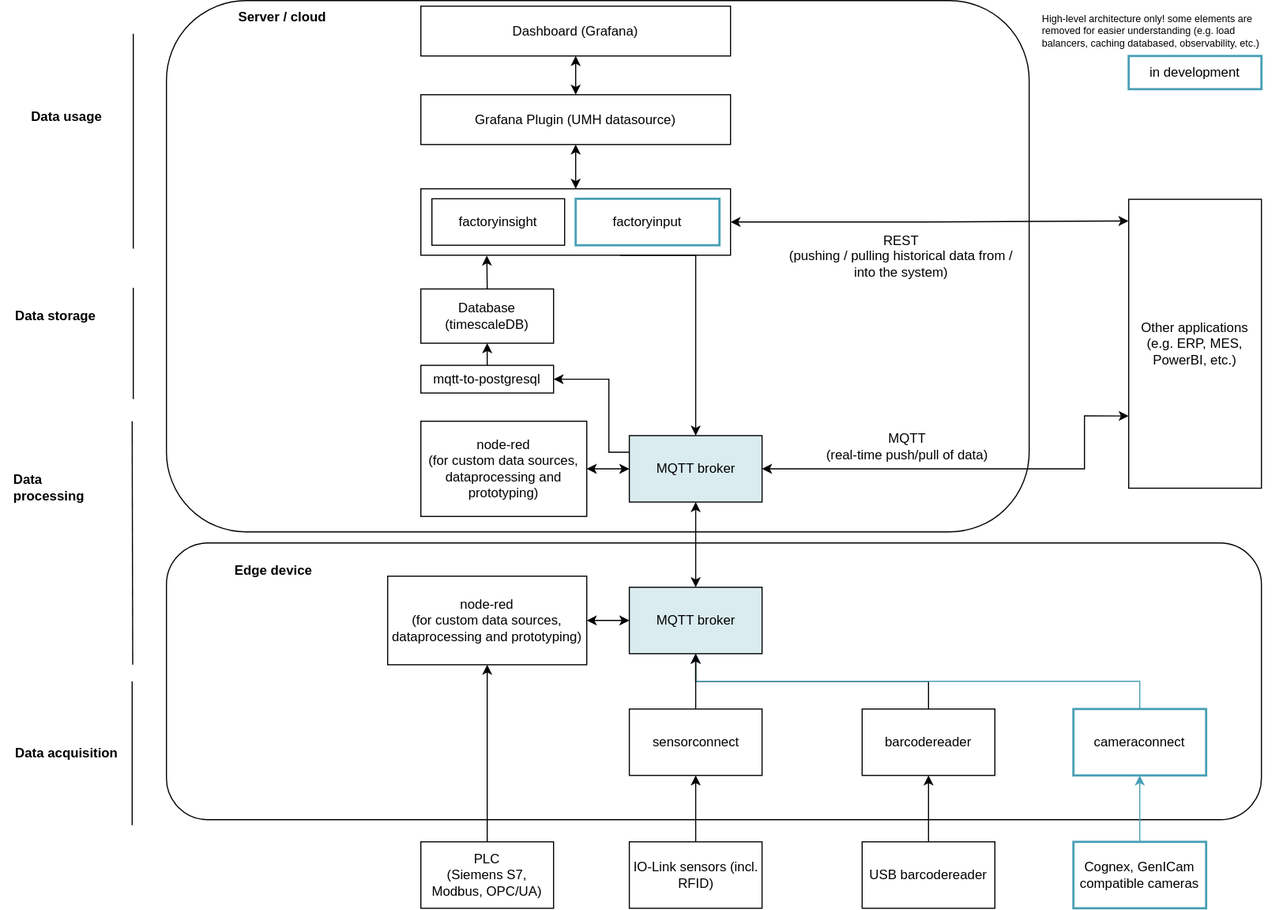
The draw.io diagram docs/content/en/docs/Concepts/dataprocessing.svg in united-manufacturing-hub/united-manufacturing-hub, before a commit. Source tidied: cells renumbered, new cells last; positions are measured from the earlier drawing's top-left corner, leaving out a move shared by most shapes.
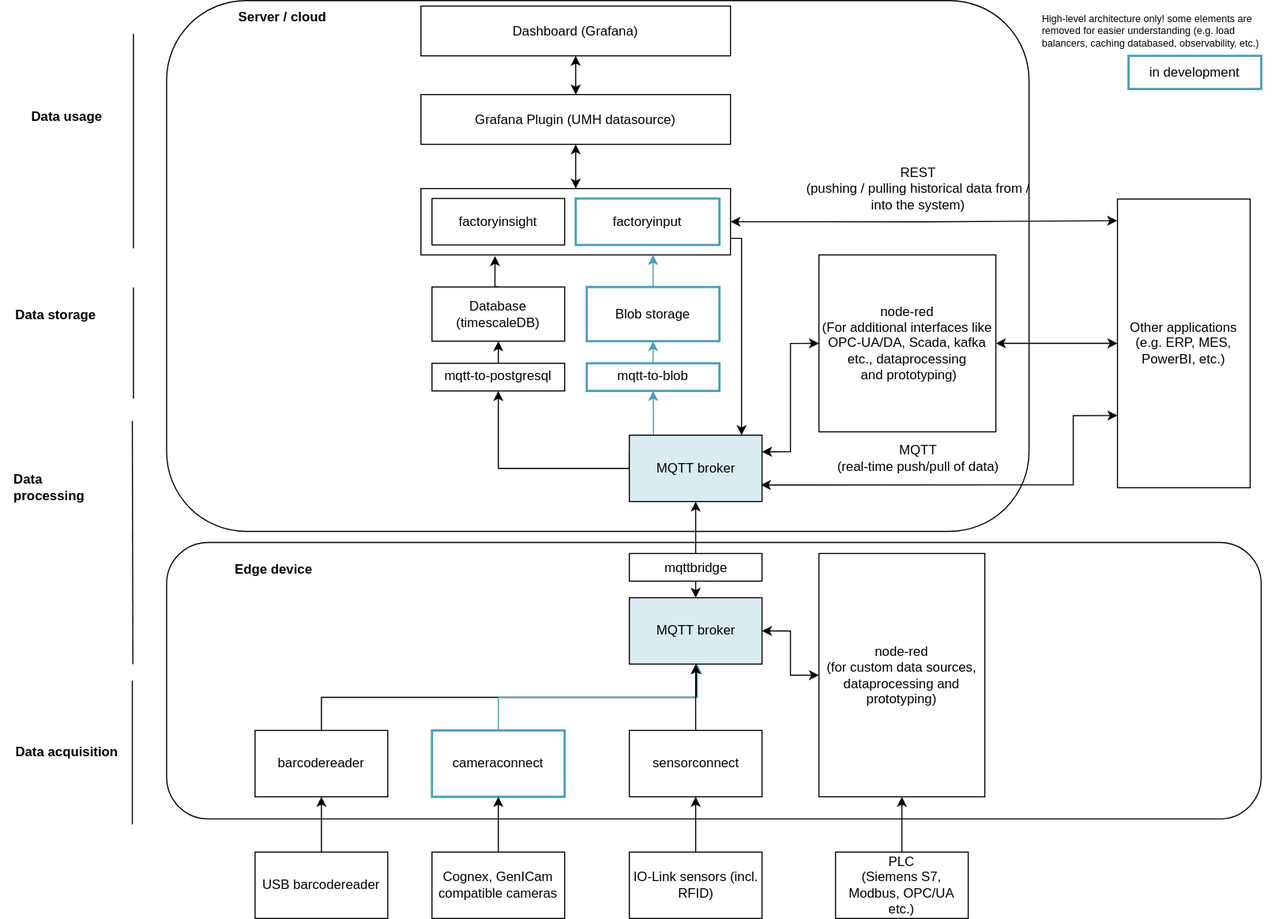
After the change.

What changed in the source:
```diff
@@ -6,7 +6,7 @@
       <mxGeometry x="150" y="490" width="990" height="250" as="geometry" />
     </mxCell>
     <mxCell id="3" value="MQTT broker" style="rounded=0;whiteSpace=wrap;html=1;fillColor=#DAECF0;" parent="1" vertex="1">
-      <mxGeometry x="568.5" y="530" width="120" height="60" as="geometry" />
+      <mxGeometry x="568.5" y="540" width="120" height="60" as="geometry" />
     </mxCell>
     <mxCell id="4" style="rounded=1;whiteSpace=wrap;html=1;fillColor=#ffffff;" parent="1" vertex="1">
       <mxGeometry x="150" width="780" height="480" as="geometry" />
@@ -17,94 +17,114 @@
     <mxCell id="6" value="Server / cloud" style="text;html=1;strokeColor=none;fillColor=none;align=center;verticalAlign=middle;whiteSpace=wrap;rounded=0;fontStyle=1;" parent="1" vertex="1">
       <mxGeometry x="210" y="5" width="90" height="20" as="geometry" />
     </mxCell>
-    <mxCell id="7" style="edgeStyle=orthogonalEdgeStyle;rounded=0;jettySize=auto;html=1;exitX=0;exitY=0.5;exitDx=0;exitDy=0;entryX=1;entryY=0.5;entryDx=0;entryDy=0;startArrow=classic;startFill=1;strokeColor=#000000;" parent="1" edge="1" source="10">
-      <mxGeometry relative="1" as="geometry">
-        <mxPoint x="530" y="423" as="targetPoint" />
-      </mxGeometry>
-    </mxCell>
-    <mxCell id="8" style="edgeStyle=orthogonalEdgeStyle;rounded=0;jettySize=auto;html=1;exitX=0;exitY=0.25;exitDx=0;exitDy=0;entryX=1;entryY=0.5;entryDx=0;entryDy=0;startArrow=none;startFill=0;strokeColor=#000000;" parent="1" edge="1" source="10" target="21">
+    <mxCell id="8" style="edgeStyle=orthogonalEdgeStyle;rounded=0;jettySize=auto;html=1;exitX=0;exitY=0.25;exitDx=0;exitDy=0;entryX=0.5;entryY=1;entryDx=0;entryDy=0;startArrow=none;startFill=0;strokeColor=#000000;" parent="1" edge="1" source="10" target="21">
       <mxGeometry relative="1" as="geometry">
         <Array as="points">
-          <mxPoint x="550" y="408" />
-          <mxPoint x="550" y="342" />
+          <mxPoint x="568" y="423" />
+          <mxPoint x="450" y="423" />
         </Array>
       </mxGeometry>
     </mxCell>
-    <mxCell id="9" style="edgeStyle=orthogonalEdgeStyle;rounded=0;jettySize=auto;html=1;exitX=1;exitY=0.5;exitDx=0;exitDy=0;entryX=0;entryY=0.75;entryDx=0;entryDy=0;startArrow=classic;startFill=1;strokeColor=#000000;" parent="1" edge="1" source="10" target="25">
+    <mxCell id="9" style="edgeStyle=orthogonalEdgeStyle;rounded=0;jettySize=auto;html=1;exitX=1;exitY=0.75;exitDx=0;exitDy=0;entryX=0;entryY=0.75;entryDx=0;entryDy=0;startArrow=classic;startFill=1;strokeColor=#000000;" parent="1" edge="1" target="25">
       <mxGeometry relative="1" as="geometry">
+        <mxPoint x="687.5" y="438" as="sourcePoint" />
         <Array as="points">
-          <mxPoint x="980" y="423" />
-          <mxPoint x="980" y="375" />
+          <mxPoint x="970" y="438" />
+          <mxPoint x="970" y="375" />
         </Array>
       </mxGeometry>
     </mxCell>
+    <mxCell id="55" style="edgeStyle=orthogonalEdgeStyle;rounded=0;jettySize=auto;html=1;exitX=0.182;exitY=-0.011;exitDx=0;exitDy=0;entryX=0.5;entryY=1;entryDx=0;entryDy=0;startArrow=none;startFill=0;strokeColor=#489FB5;exitPerimeter=0;" parent="1" edge="1" source="10" target="61">
+      <mxGeometry relative="1" as="geometry">
+        <Array as="points">
+          <mxPoint x="590" y="373" />
+        </Array>
+      </mxGeometry>
+    </mxCell>
     <mxCell id="10" value="MQTT broker" style="rounded=0;whiteSpace=wrap;html=1;fillColor=#DAECF0;" parent="1" vertex="1">
       <mxGeometry x="568.5" y="393" width="120" height="60" as="geometry" />
     </mxCell>
     <mxCell id="11" value="sensorconnect" style="rounded=0;whiteSpace=wrap;html=1;" parent="1" vertex="1">
-      <mxGeometry x="568.5" y="640" width="120" height="60" as="geometry" />
+      <mxGeometry x="568.5" y="660" width="120" height="60" as="geometry" />
     </mxCell>
     <mxCell id="12" style="edgeStyle=orthogonalEdgeStyle;rounded=0;jettySize=auto;html=1;exitX=0.5;exitY=0;exitDx=0;exitDy=0;entryX=0.5;entryY=1;entryDx=0;entryDy=0;" parent="1" edge="1" source="13" target="11">
       <mxGeometry relative="1" as="geometry" />
     </mxCell>
     <mxCell id="13" value="IO-Link sensors (incl. RFID)" style="rounded=0;whiteSpace=wrap;html=1;" parent="1" vertex="1">
-      <mxGeometry x="568.5" y="760" width="120" height="60" as="geometry" />
+      <mxGeometry x="568.5" y="770" width="120" height="60" as="geometry" />
     </mxCell>
     <mxCell id="14" style="edgeStyle=orthogonalEdgeStyle;rounded=0;jettySize=auto;html=1;exitX=0.5;exitY=0;exitDx=0;exitDy=0;" parent="1" edge="1" source="15">
       <mxGeometry relative="1" as="geometry">
-        <mxPoint x="628.5" y="590" as="targetPoint" />
+        <mxPoint x="629" y="600" as="targetPoint" />
       </mxGeometry>
     </mxCell>
     <mxCell id="15" value="barcodereader" style="rounded=0;whiteSpace=wrap;html=1;" parent="1" vertex="1">
-      <mxGeometry x="779" y="640" width="120" height="60" as="geometry" />
+      <mxGeometry x="230" y="660" width="120" height="60" as="geometry" />
     </mxCell>
     <mxCell id="16" style="edgeStyle=orthogonalEdgeStyle;rounded=0;jettySize=auto;html=1;exitX=0.5;exitY=0;exitDx=0;exitDy=0;entryX=0.5;entryY=1;entryDx=0;entryDy=0;" parent="1" edge="1" source="17" target="15">
       <mxGeometry relative="1" as="geometry" />
     </mxCell>
     <mxCell id="17" value="USB barcodereader" style="rounded=0;whiteSpace=wrap;html=1;" parent="1" vertex="1">
-      <mxGeometry x="779" y="760" width="120" height="60" as="geometry" />
+      <mxGeometry x="230" y="770" width="120" height="60" as="geometry" />
     </mxCell>
-    <mxCell id="18" style="edgeStyle=orthogonalEdgeStyle;rounded=0;jettySize=auto;html=1;exitX=1;exitY=0.5;exitDx=0;exitDy=0;entryX=0;entryY=0.5;entryDx=0;entryDy=0;startArrow=classic;startFill=1;strokeColor=#000000;" parent="1" edge="1" source="19" target="3">
+    <mxCell id="18" style="edgeStyle=orthogonalEdgeStyle;rounded=0;jettySize=auto;html=1;exitX=0;exitY=0.5;exitDx=0;exitDy=0;entryX=1;entryY=0.5;entryDx=0;entryDy=0;startArrow=classic;startFill=1;strokeColor=#000000;" parent="1" edge="1" source="19" target="3">
       <mxGeometry relative="1" as="geometry" />
     </mxCell>
     <mxCell id="19" value="node-red&lt;br&gt;(for custom data sources, dataprocessing and prototyping)" style="rounded=0;whiteSpace=wrap;html=1;" parent="1" vertex="1">
-      <mxGeometry x="350" y="520" width="180" height="80" as="geometry" />
+      <mxGeometry x="740" y="500" width="150" height="220" as="geometry" />
     </mxCell>
     <mxCell id="20" style="edgeStyle=orthogonalEdgeStyle;rounded=0;jettySize=auto;html=1;exitX=0.5;exitY=0;exitDx=0;exitDy=0;entryX=0.5;entryY=1;entryDx=0;entryDy=0;" parent="1" edge="1" source="21" target="23">
       <mxGeometry relative="1" as="geometry" />
     </mxCell>
     <mxCell id="21" value="mqtt-to-postgresql" style="rounded=0;whiteSpace=wrap;html=1;" parent="1" vertex="1">
-      <mxGeometry x="380" y="329.5" width="120" height="25" as="geometry" />
+      <mxGeometry x="390" y="328" width="120" height="25" as="geometry" />
     </mxCell>
-    <mxCell id="22" style="edgeStyle=orthogonalEdgeStyle;rounded=0;jettySize=auto;html=1;exitX=0.5;exitY=0;exitDx=0;exitDy=0;entryX=0.213;entryY=1.006;entryDx=0;entryDy=0;entryPerimeter=0;startArrow=none;startFill=0;" parent="1" edge="1" source="23" target="50">
-      <mxGeometry relative="1" as="geometry" />
+    <mxCell id="22" style="edgeStyle=orthogonalEdgeStyle;rounded=0;jettySize=auto;html=1;exitX=0.5;exitY=0;exitDx=0;exitDy=0;startArrow=none;startFill=0;" parent="1" edge="1" source="23">
+      <mxGeometry relative="1" as="geometry">
+        <mxPoint x="447" y="231" as="targetPoint" />
+        <Array as="points">
+          <mxPoint x="447" y="259" />
+        </Array>
+      </mxGeometry>
     </mxCell>
     <mxCell id="23" value="Database&lt;br&gt;(timescaleDB)" style="rounded=0;whiteSpace=wrap;html=1;" parent="1" vertex="1">
-      <mxGeometry x="380" y="260.5" width="120" height="49" as="geometry" />
+      <mxGeometry x="390" y="259" width="120" height="49" as="geometry" />
     </mxCell>
+    <mxCell id="56" style="edgeStyle=orthogonalEdgeStyle;rounded=0;jettySize=auto;html=1;entryX=0;entryY=0.5;entryDx=0;entryDy=0;startArrow=classic;startFill=1;strokeColor=#000000;" parent="1" edge="1" source="24" target="25">
+      <mxGeometry relative="1" as="geometry" />
+    </mxCell>
+    <mxCell id="57" style="edgeStyle=orthogonalEdgeStyle;rounded=0;jettySize=auto;html=1;exitX=0;exitY=0.5;exitDx=0;exitDy=0;entryX=1;entryY=0.25;entryDx=0;entryDy=0;startArrow=classic;startFill=1;" parent="1" edge="1" source="24" target="10">
+      <mxGeometry relative="1" as="geometry" />
+    </mxCell>
-    <mxCell id="24" value="node-red&lt;br&gt;(for custom data sources, dataprocessing and prototyping)" style="rounded=0;whiteSpace=wrap;html=1;" parent="1" vertex="1">
-      <mxGeometry x="380" y="380" width="150" height="86" as="geometry" />
+    <mxCell id="24" value="node-red&lt;br&gt;(For additional interfaces like OPC-UA/DA, Scada, kafka etc., d&lt;span style=&quot;color: rgba(0 , 0 , 0 , 0) ; font-family: monospace ; font-size: 0px&quot;&gt;aphModel%3E%3Croot%3E%3CmxCell%20id%3D%220%22%2F%3E%3CmxCell%20id%3D%221%22%20parent%3D%220%22%2F%3E%3CmxCell%20id%3D%222%22%20value%3D%22mqtt-to-postgresql%22%20style%3D%22rounded%3D0%3BwhiteSpace%3Dwrap%3Bhtml%3D1%3B%22%20vertex%3D%221%22%20parent%3D%221%22%3E%3CmxGeometry%20x%3D%22390%22%20y%3D%22328%22%20width%3D%22120%22%20height%3D%2225%22%20as%3D%22geometry%22%2F%3E%3C%2FmxCell%3E%3C%2Froot%3E%3C%2FmxGraphModel%3Ead&lt;/span&gt;ataprocessing&lt;br&gt;&amp;nbsp;and prototyping)" style="rounded=0;whiteSpace=wrap;html=1;" parent="1" vertex="1">
+      <mxGeometry x="740" y="230" width="160" height="160" as="geometry" />
     </mxCell>
     <mxCell id="25" value="Other applications&lt;br&gt;(e.g. ERP, MES, PowerBI, etc.)" style="rounded=0;whiteSpace=wrap;html=1;" parent="1" vertex="1">
-      <mxGeometry x="1020" y="179.5" width="120" height="261" as="geometry" />
+      <mxGeometry x="1010" y="179.5" width="120" height="261" as="geometry" />
     </mxCell>
     <mxCell id="26" style="edgeStyle=orthogonalEdgeStyle;rounded=0;jettySize=auto;html=1;exitX=0.5;exitY=0;exitDx=0;exitDy=0;entryX=0.5;entryY=1;entryDx=0;entryDy=0;startArrow=none;startFill=0;strokeColor=#000000;" parent="1" edge="1" source="27" target="19">
       <mxGeometry relative="1" as="geometry" />
     </mxCell>
-    <mxCell id="27" value="PLC&lt;br&gt;(Siemens S7, Modbus, OPC/UA)" style="rounded=0;whiteSpace=wrap;html=1;" parent="1" vertex="1">
-      <mxGeometry x="380" y="760" width="120" height="60" as="geometry" />
+    <mxCell id="27" value="PLC&lt;br&gt;(Siemens S7, Modbus, OPC/UA etc.)" style="rounded=0;whiteSpace=wrap;html=1;" parent="1" vertex="1">
+      <mxGeometry x="755" y="770" width="120" height="60" as="geometry" />
     </mxCell>
-    <mxCell id="28" style="edgeStyle=orthogonalEdgeStyle;rounded=0;jettySize=auto;html=1;exitX=0.5;exitY=0;exitDx=0;exitDy=0;entryX=0.5;entryY=1;entryDx=0;entryDy=0;strokeColor=#489FB5;" parent="1" edge="1" source="29" target="3">
-      <mxGeometry relative="1" as="geometry" />
-    </mxCell>
+    <mxCell id="58" style="edgeStyle=orthogonalEdgeStyle;rounded=0;jettySize=auto;html=1;exitX=0.5;exitY=0;exitDx=0;exitDy=0;fillColor=#dae8fc;strokeColor=#489FB5;" parent="1" edge="1" source="29">
+      <mxGeometry relative="1" as="geometry">
+        <mxPoint x="630" y="600" as="targetPoint" />
+        <Array as="points">
+          <mxPoint x="450" y="630" />
+          <mxPoint x="630" y="630" />
+        </Array>
+      </mxGeometry>
+    </mxCell>
     <mxCell id="29" value="cameraconnect" style="rounded=0;whiteSpace=wrap;html=1;fillColor=#ffffff;strokeColor=#489FB5;strokeWidth=2;" parent="1" vertex="1">
-      <mxGeometry x="970" y="640" width="120" height="60" as="geometry" />
+      <mxGeometry x="390" y="660" width="120" height="60" as="geometry" />
     </mxCell>
-    <mxCell id="30" style="edgeStyle=orthogonalEdgeStyle;rounded=0;jettySize=auto;html=1;exitX=0.5;exitY=0;exitDx=0;exitDy=0;entryX=0.5;entryY=1;entryDx=0;entryDy=0;strokeColor=#489FB5;" parent="1" edge="1" source="31" target="29">
+    <mxCell id="30" style="edgeStyle=orthogonalEdgeStyle;rounded=0;jettySize=auto;html=1;exitX=0.5;exitY=0;exitDx=0;exitDy=0;entryX=0.5;entryY=1;entryDx=0;entryDy=0;" parent="1" edge="1" source="31" target="29">
       <mxGeometry relative="1" as="geometry" />
     </mxCell>
-    <mxCell id="31" value="Cognex, GenICam compatible cameras" style="rounded=0;whiteSpace=wrap;html=1;fillColor=#ffffff;strokeColor=#489FB5;strokeWidth=2;" parent="1" vertex="1">
-      <mxGeometry x="970" y="760" width="120" height="60" as="geometry" />
+    <mxCell id="31" value="Cognex, GenICam compatible cameras" style="rounded=0;whiteSpace=wrap;html=1;fillColor=#ffffff;strokeWidth=1;" parent="1" vertex="1">
+      <mxGeometry x="390" y="770" width="120" height="60" as="geometry" />
     </mxCell>
     <mxCell id="32" value="in development" style="rounded=0;whiteSpace=wrap;html=1;fillColor=#ffffff;strokeColor=#489FB5;strokeWidth=2;" parent="1" vertex="1">
       <mxGeometry x="1020" y="50" width="120" height="30" as="geometry" />
@@ -119,13 +139,18 @@
       <mxGeometry x="380" y="5" width="280" height="45" as="geometry" />
     </mxCell>
     <mxCell id="36" value="MQTT&lt;br&gt;(real-time push/pull of data)" style="text;html=1;strokeColor=none;fillColor=none;align=center;verticalAlign=middle;whiteSpace=wrap;rounded=0;" parent="1" vertex="1">
-      <mxGeometry x="720" y="393" width="200" height="20" as="geometry" />
+      <mxGeometry x="730" y="404" width="200" height="20" as="geometry" />
     </mxCell>
     <mxCell id="37" value="REST&lt;br&gt;(pushing / pulling historical data from / into the system)" style="text;html=1;strokeColor=none;fillColor=none;align=center;verticalAlign=middle;whiteSpace=wrap;rounded=0;" parent="1" vertex="1">
-      <mxGeometry x="708.5" y="221" width="211.5" height="20" as="geometry" />
+      <mxGeometry x="724.2" y="159.5" width="211.5" height="20" as="geometry" />
     </mxCell>
     <mxCell id="38" style="edgeStyle=orthogonalEdgeStyle;rounded=0;jettySize=auto;html=1;exitX=0.5;exitY=0;exitDx=0;exitDy=0;entryX=0.5;entryY=1;entryDx=0;entryDy=0;" parent="1" edge="1" source="11" target="3">
-      <mxGeometry relative="1" as="geometry" />
+      <mxGeometry relative="1" as="geometry">
+        <Array as="points">
+          <mxPoint x="629" y="620" />
+          <mxPoint x="629" y="620" />
+        </Array>
+      </mxGeometry>
     </mxCell>
     <mxCell id="39" value="Data acquisition" style="text;html=1;strokeColor=none;fillColor=none;align=center;verticalAlign=middle;whiteSpace=wrap;rounded=0;fontStyle=1;" parent="1" vertex="1">
       <mxGeometry x="10" y="670" width="100" height="20" as="geometry" />
@@ -166,14 +191,18 @@
         <mxPoint x="120" y="30" as="targetPoint" />
       </mxGeometry>
     </mxCell>
-    <mxCell id="48" style="edgeStyle=orthogonalEdgeStyle;rounded=0;jettySize=auto;html=1;exitX=0.75;exitY=1;exitDx=0;exitDy=0;entryX=0.5;entryY=0;entryDx=0;entryDy=0;startArrow=none;startFill=0;" parent="1" edge="1" target="10">
-      <mxGeometry relative="1" as="geometry">
-        <mxPoint x="560" y="230" as="sourcePoint" />
-      </mxGeometry>
-    </mxCell>
     <mxCell id="49" style="edgeStyle=orthogonalEdgeStyle;rounded=0;jettySize=auto;html=1;exitX=1;exitY=0.5;exitDx=0;exitDy=0;entryX=-0.002;entryY=0.075;entryDx=0;entryDy=0;entryPerimeter=0;startArrow=classic;startFill=1;" parent="1" edge="1" source="50" target="25">
       <mxGeometry relative="1" as="geometry" />
     </mxCell>
+    <mxCell id="59" style="edgeStyle=orthogonalEdgeStyle;rounded=0;jettySize=auto;html=1;exitX=1;exitY=0.75;exitDx=0;exitDy=0;startArrow=none;startFill=0;strokeColor=#000000;" parent="1" edge="1" source="50">
+      <mxGeometry relative="1" as="geometry">
+        <mxPoint x="670" y="393" as="targetPoint" />
+        <Array as="points">
+          <mxPoint x="670" y="215" />
+          <mxPoint x="670" y="393" />
+        </Array>
+      </mxGeometry>
+    </mxCell>
     <mxCell id="50" style="rounded=0;whiteSpace=wrap;html=1;fillColor=none;" parent="1" vertex="1">
       <mxGeometry x="380" y="170" width="280" height="60" as="geometry" />
     </mxCell>
@@ -189,5 +218,25 @@
     <mxCell id="54" value="Grafana Plugin (UMH datasource)" style="rounded=0;whiteSpace=wrap;html=1;" parent="1" vertex="1">
       <mxGeometry x="380" y="85" width="280" height="45" as="geometry" />
     </mxCell>
+    <mxCell id="60" style="edgeStyle=orthogonalEdgeStyle;rounded=0;jettySize=auto;html=1;exitX=0.5;exitY=0;exitDx=0;exitDy=0;entryX=0.5;entryY=1;entryDx=0;entryDy=0;startArrow=none;startFill=0;strokeColor=#489FB5;" parent="1" edge="1" source="61" target="63">
+      <mxGeometry relative="1" as="geometry" />
+    </mxCell>
+    <mxCell id="61" value="mqtt-to-blob" style="rounded=0;whiteSpace=wrap;html=1;strokeColor=#489FB5;strokeWidth=2;" parent="1" vertex="1">
+      <mxGeometry x="530" y="328" width="120" height="25" as="geometry" />
+    </mxCell>
+    <mxCell id="62" style="edgeStyle=orthogonalEdgeStyle;rounded=0;jettySize=auto;html=1;exitX=0.5;exitY=0;exitDx=0;exitDy=0;entryX=0.75;entryY=1;entryDx=0;entryDy=0;startArrow=none;startFill=0;strokeColor=#489FB5;" parent="1" edge="1" source="63" target="50">
+      <mxGeometry relative="1" as="geometry">
+        <Array as="points">
+          <mxPoint x="590" y="250" />
+          <mxPoint x="590" y="250" />
+        </Array>
+      </mxGeometry>
+    </mxCell>
+    <mxCell id="63" value="Blob storage" style="rounded=0;whiteSpace=wrap;html=1;strokeColor=#489FB5;strokeWidth=2;" parent="1" vertex="1">
+      <mxGeometry x="530" y="259" width="120" height="49" as="geometry" />
+    </mxCell>
+    <mxCell id="64" value="mqttbridge" style="rounded=0;whiteSpace=wrap;html=1;" parent="1" vertex="1">
+      <mxGeometry x="568.5" y="500" width="120" height="25" as="geometry" />
+    </mxCell>
   </root>
 </mxGraphModel>
```
